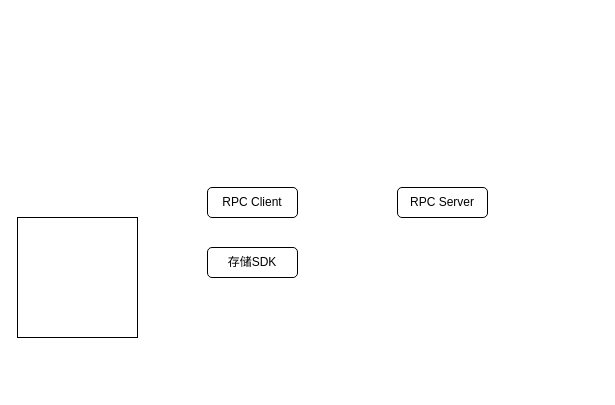
Before: RPC.drawio in snowolfhawk/ceph-scripts, a draw.io diagram. Source tidied: cells renumbered, new cells numbered last; positions are measured from the earlier drawing's top-left corner, leaving out a move shared by most shapes. Both pictures are drawn from the tidied source at 100%, with x=0, y=0 at pixel (17, 187).
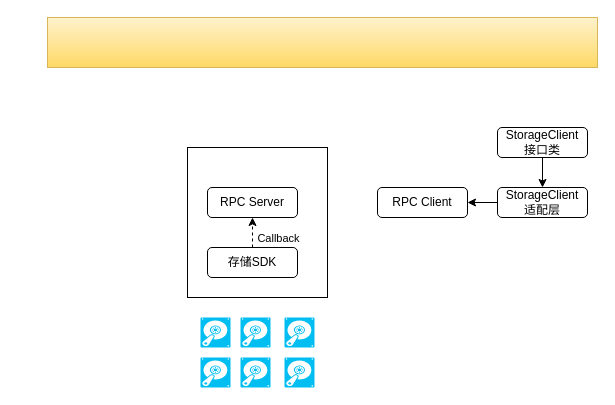
The same page after the edit.

The edit, as a diff of the source:
```diff
@@
 <mxGraphModel>
   <root>
     <mxCell id="0" />
     <mxCell id="1" parent="0" />
-    <mxCell id="2" style="whiteSpace=wrap;html=1;" parent="1" vertex="1">
-      <mxGeometry y="30" width="120" height="120" as="geometry" />
-    </mxCell>
+    <mxCell id="6" style="rounded=0;whiteSpace=wrap;html=1;fontSize=11;gradientColor=#ffffff;" parent="1" vertex="1">
+      <mxGeometry x="170" y="-40" width="140" height="150" as="geometry" />
+    </mxCell>
+    <mxCell id="7" style="rounded=0;whiteSpace=wrap;html=1;fillColor=#fff2cc;strokeColor=#d6b656;gradientColor=#ffd966;" parent="1" vertex="1">
+      <mxGeometry x="30" y="-170" width="550" height="50" as="geometry" />
+    </mxCell>
+    <mxCell id="8" style="edgeStyle=orthogonalEdgeStyle;rounded=0;jettySize=auto;html=1;exitX=0.5;exitY=0;exitDx=0;exitDy=0;entryX=0.5;entryY=1;entryDx=0;entryDy=0;fontSize=11;dashed=1;" parent="1" edge="1" source="3" target="4">
+      <mxGeometry relative="1" as="geometry" />
+    </mxCell>
     <mxCell id="3" value="存储SDK" style="rounded=1;whiteSpace=wrap;html=1;" parent="1" vertex="1">
       <mxGeometry x="190" y="60" width="90" height="30" as="geometry" />
     </mxCell>
-    <mxCell id="4" value="RPC Client" style="rounded=1;whiteSpace=wrap;html=1;" parent="1" vertex="1">
+    <mxCell id="4" value="RPC Server" style="rounded=1;whiteSpace=wrap;html=1;" parent="1" vertex="1">
       <mxGeometry x="190" width="90" height="30" as="geometry" />
     </mxCell>
-    <mxCell id="5" value="RPC&amp;nbsp;Server" style="rounded=1;whiteSpace=wrap;html=1;" parent="1" vertex="1">
-      <mxGeometry x="380" width="90" height="30" as="geometry" />
+    <mxCell id="5" value="RPC Client" style="rounded=1;whiteSpace=wrap;html=1;" parent="1" vertex="1">
+      <mxGeometry x="360" width="90" height="30" as="geometry" />
     </mxCell>
+    <mxCell id="9" value="&lt;span style=&quot;font-weight: normal&quot;&gt;&lt;font style=&quot;font-size: 11px&quot;&gt;Callback&lt;/font&gt;&lt;/span&gt;" style="text;strokeColor=none;fillColor=none;html=1;fontSize=24;fontStyle=1;verticalAlign=middle;align=center;" parent="1" vertex="1">
+      <mxGeometry x="236" y="37" width="50" height="20" as="geometry" />
+    </mxCell>
+    <mxCell id="10" style="edgeStyle=orthogonalEdgeStyle;rounded=0;jettySize=auto;html=1;exitX=0.5;exitY=1;exitDx=0;exitDy=0;entryX=0.5;entryY=0;entryDx=0;entryDy=0;fontSize=11;" parent="1" edge="1" source="11" target="13">
+      <mxGeometry relative="1" as="geometry" />
+    </mxCell>
+    <mxCell id="11" value="StorageClient&lt;br&gt;接口类" style="rounded=1;whiteSpace=wrap;html=1;" parent="1" vertex="1">
+      <mxGeometry x="480" y="-60" width="90" height="30" as="geometry" />
+    </mxCell>
+    <mxCell id="12" style="edgeStyle=orthogonalEdgeStyle;rounded=0;jettySize=auto;html=1;exitX=0;exitY=0.5;exitDx=0;exitDy=0;fontSize=11;" parent="1" edge="1" source="13" target="5">
+      <mxGeometry relative="1" as="geometry" />
+    </mxCell>
+    <mxCell id="13" value="StorageClient&lt;br&gt;适配层" style="rounded=1;whiteSpace=wrap;html=1;" parent="1" vertex="1">
+      <mxGeometry x="480" width="90" height="30" as="geometry" />
+    </mxCell>
+    <mxCell id="14" style="verticalLabelPosition=bottom;html=1;verticalAlign=top;align=center;strokeColor=none;fillColor=#00BEF2;shape=mxgraph.azure.vhd;" parent="1" vertex="1">
+      <mxGeometry x="183" y="130" width="30" height="30" as="geometry" />
+    </mxCell>
+    <mxCell id="15" style="verticalLabelPosition=bottom;html=1;verticalAlign=top;align=center;strokeColor=none;fillColor=#00BEF2;shape=mxgraph.azure.vhd;" parent="1" vertex="1">
+      <mxGeometry x="223" y="130" width="30" height="30" as="geometry" />
+    </mxCell>
+    <mxCell id="16" style="verticalLabelPosition=bottom;html=1;verticalAlign=top;align=center;strokeColor=none;fillColor=#00BEF2;shape=mxgraph.azure.vhd;" parent="1" vertex="1">
+      <mxGeometry x="267" y="130" width="30" height="30" as="geometry" />
+    </mxCell>
+    <mxCell id="17" style="verticalLabelPosition=bottom;html=1;verticalAlign=top;align=center;strokeColor=none;fillColor=#00BEF2;shape=mxgraph.azure.vhd;" parent="1" vertex="1">
+      <mxGeometry x="183" y="170" width="30" height="30" as="geometry" />
+    </mxCell>
+    <mxCell id="18" style="verticalLabelPosition=bottom;html=1;verticalAlign=top;align=center;strokeColor=none;fillColor=#00BEF2;shape=mxgraph.azure.vhd;" parent="1" vertex="1">
+      <mxGeometry x="223" y="170" width="30" height="30" as="geometry" />
+    </mxCell>
+    <mxCell id="19" style="verticalLabelPosition=bottom;html=1;verticalAlign=top;align=center;strokeColor=none;fillColor=#00BEF2;shape=mxgraph.azure.vhd;" parent="1" vertex="1">
+      <mxGeometry x="267" y="170" width="30" height="30" as="geometry" />
+    </mxCell>
   </root>
 </mxGraphModel>
```
